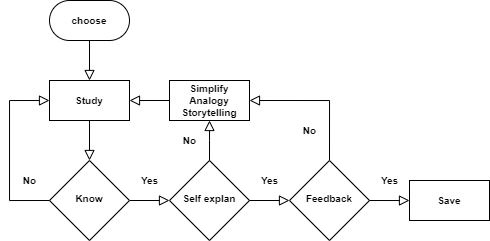
Before: Feynman.png, a diagram exported from draw.io (fightmeat/photos). Source tidied: cells renumbered, new cells last; positions are measured from the earlier drawing's top-left corner, leaving out a move shared by most shapes.
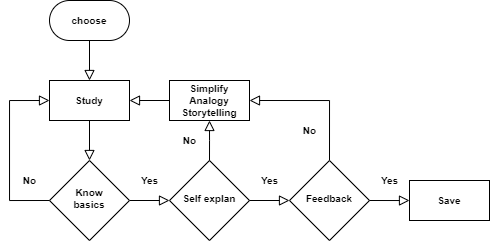
After the change.

The edit, as a diff of the source:
```diff
@@ -11,7 +11,7 @@
     <mxCell id="4" value="&lt;b style=&quot;font-size: 10px;&quot;&gt;Yes&lt;/b&gt;" style="rounded=0;html=1;jettySize=auto;fontSize=10;endArrow=block;endFill=0;endSize=8;strokeWidth=1;shadow=0;labelBackgroundColor=none;edgeStyle=orthogonalEdgeStyle;exitX=1;exitY=0.5;exitDx=0;exitDy=0;entryX=0;entryY=0.5;entryDx=0;entryDy=0;" parent="1" edge="1" source="5" target="6">
       <mxGeometry y="20" relative="1" as="geometry" />
     </mxCell>
-    <mxCell id="5" value="&lt;b style=&quot;font-size: 10px;&quot;&gt;Know&lt;/b&gt;" style="rhombus;whiteSpace=wrap;html=1;shadow=0;fontFamily=Helvetica;fontSize=10;align=center;strokeWidth=1;spacing=6;spacingTop=-4;" parent="1" vertex="1">
+    <mxCell id="5" value="&lt;b style=&quot;font-size: 10px;&quot;&gt;Know&lt;br&gt;&lt;/b&gt;&lt;b&gt;basics&lt;/b&gt;&lt;b style=&quot;font-size: 10px;&quot;&gt;&lt;br&gt;&lt;/b&gt;" style="rhombus;whiteSpace=wrap;html=1;shadow=0;fontFamily=Helvetica;fontSize=10;align=center;strokeWidth=1;spacing=6;spacingTop=-4;" parent="1" vertex="1">
       <mxGeometry x="40" y="160" width="80" height="80" as="geometry" />
     </mxCell>
     <mxCell id="6" value="&lt;b style=&quot;font-size: 10px;&quot;&gt;Self explan&lt;/b&gt;" style="rhombus;whiteSpace=wrap;html=1;shadow=0;fontFamily=Helvetica;fontSize=10;align=center;strokeWidth=1;spacing=6;spacingTop=-4;" parent="1" vertex="1">
```
